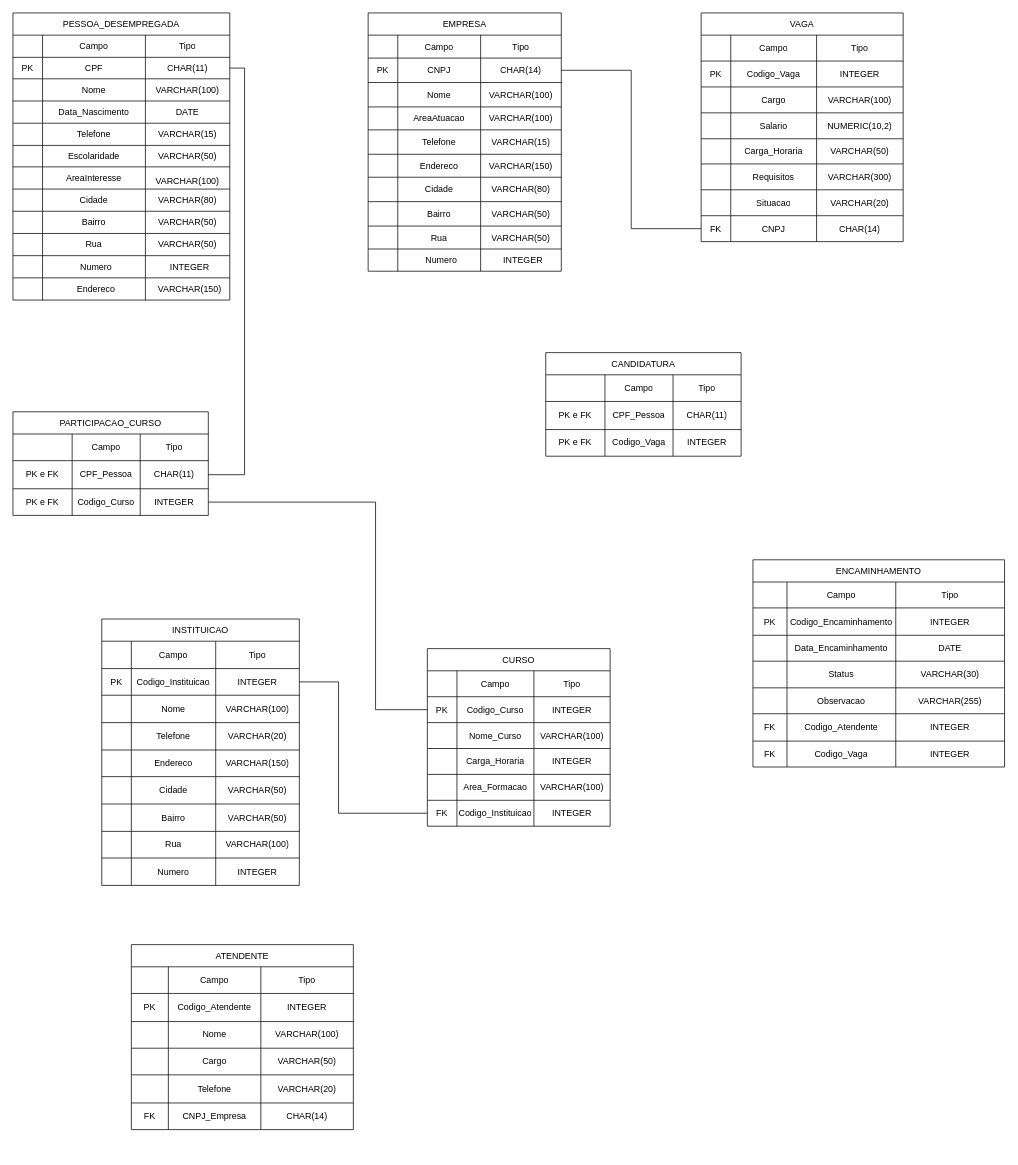
Before: Diagrama Relacional.drawio in MMaffi/Trabalho_Pratico_Banco_Dados_UFMS, a draw.io diagram. Source tidied: cells renumbered, new cells numbered last; positions are measured from the earlier drawing's top-left corner, leaving out a move shared by most shapes. Both pictures are drawn from the tidied source at 74%, with x=0, y=0 at pixel (13, 13).
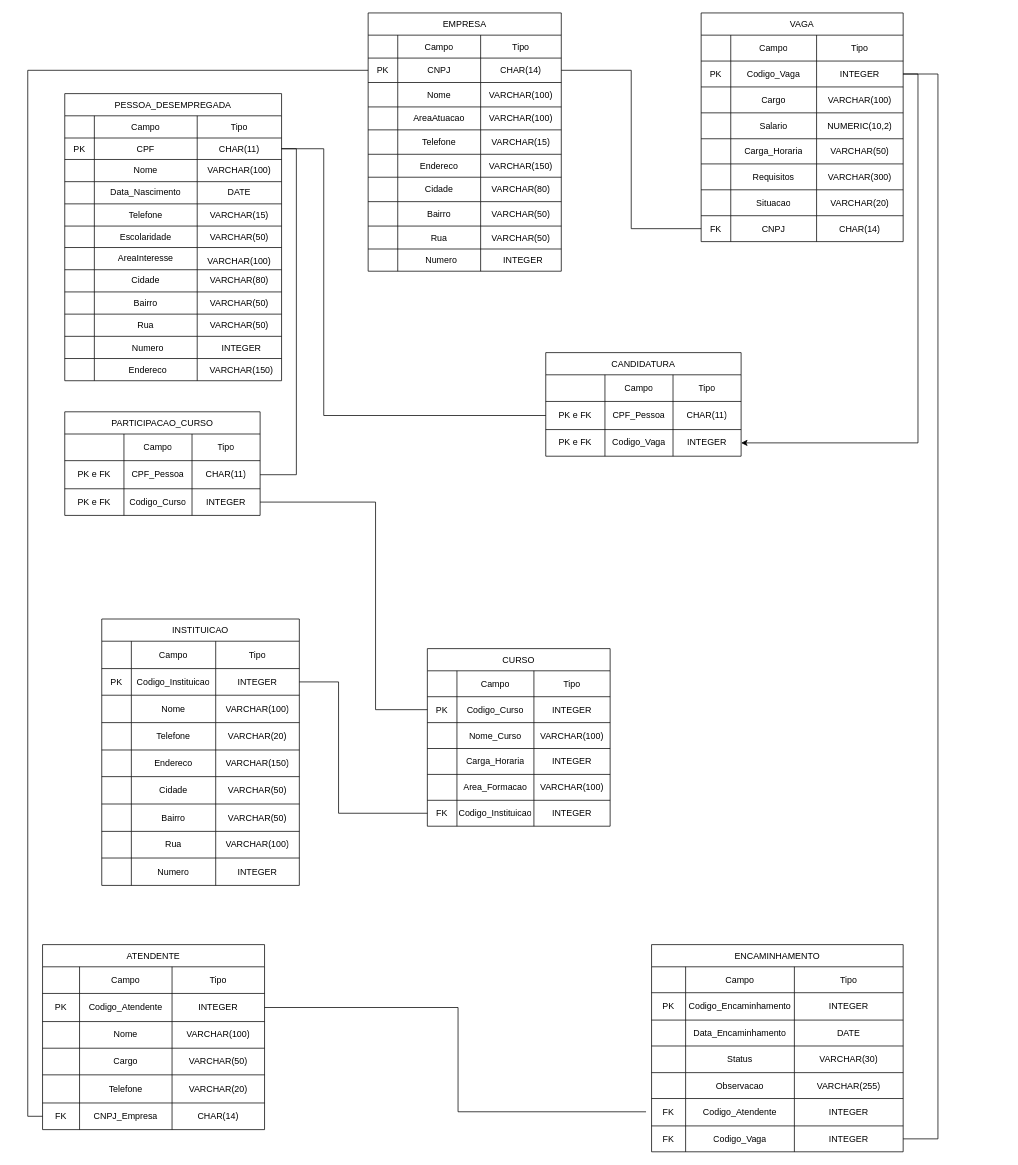
Above is the later version.

The change refers to these unchanged cells:
```xml
<mxCell id="7" style="shape=tableRow;horizontal=0;startSize=0;swimlaneHead=0;swimlaneBody=0;strokeColor=inherit;top=0;left=0;bottom=0;right=0;fillColor=none;points=[[0,0.5],[1,0.5]];portConstraint=eastwest;fixedHeader=1;" parent="2" vertex="1">
  <mxGeometry y="60" width="293" height="29" as="geometry" />
</mxCell>
<mxCell id="56" style="shape=tableRow;horizontal=0;startSize=0;swimlaneHead=0;swimlaneBody=0;strokeColor=inherit;top=0;left=0;bottom=0;right=0;fillColor=none;points=[[0,0.5],[1,0.5]];portConstraint=eastwest;fixedHeader=1;" parent="51" vertex="1">
  <mxGeometry y="61" width="261" height="33" as="geometry" />
</mxCell>
<mxCell id="97" style="shape=tableRow;horizontal=0;startSize=0;swimlaneHead=0;swimlaneBody=0;strokeColor=inherit;top=0;left=0;bottom=0;right=0;fillColor=none;points=[[0,0.5],[1,0.5]];portConstraint=eastwest;fixedHeader=1;" parent="92" vertex="1">
  <mxGeometry y="65" width="273" height="35" as="geometry" />
</mxCell>
<mxCell id="193" style="shape=tableRow;horizontal=0;startSize=0;swimlaneHead=0;swimlaneBody=0;strokeColor=inherit;top=0;left=0;bottom=0;right=0;fillColor=none;points=[[0,0.5],[1,0.5]];portConstraint=eastwest;fixedHeader=1;" parent="188" vertex="1">
  <mxGeometry y="66" width="300" height="38" as="geometry" />
</mxCell>
<mxCell id="209" style="shape=tableRow;horizontal=0;startSize=0;swimlaneHead=0;swimlaneBody=0;strokeColor=inherit;top=0;left=0;bottom=0;right=0;fillColor=none;points=[[0,0.5],[1,0.5]];portConstraint=eastwest;fixedHeader=1;" parent="188" vertex="1">
  <mxGeometry y="214" width="300" height="36" as="geometry" />
</mxCell>
<mxCell id="234" style="shape=tableRow;horizontal=0;startSize=0;swimlaneHead=0;swimlaneBody=0;strokeColor=inherit;top=0;left=0;bottom=0;right=0;fillColor=none;points=[[0,0.5],[1,0.5]];portConstraint=eastwest;fixedHeader=1;" parent="213" vertex="1">
  <mxGeometry y="208" width="340" height="37" as="geometry" />
</mxCell>
<mxCell id="238" style="shape=tableRow;horizontal=0;startSize=0;swimlaneHead=0;swimlaneBody=0;strokeColor=inherit;top=0;left=0;bottom=0;right=0;fillColor=none;points=[[0,0.5],[1,0.5]];portConstraint=eastwest;fixedHeader=1;" parent="213" vertex="1">
  <mxGeometry y="245" width="340" height="35" as="geometry" />
</mxCell>
<mxCell id="247" style="shape=tableRow;horizontal=0;startSize=0;swimlaneHead=0;swimlaneBody=0;strokeColor=inherit;top=0;left=0;bottom=0;right=0;fillColor=none;points=[[0,0.5],[1,0.5]];portConstraint=eastwest;fixedHeader=1;" parent="242" vertex="1">
  <mxGeometry y="66" width="264" height="38" as="geometry" />
</mxCell>
<mxCell id="251" style="shape=tableRow;horizontal=0;startSize=0;swimlaneHead=0;swimlaneBody=0;strokeColor=inherit;top=0;left=0;bottom=0;right=0;fillColor=none;points=[[0,0.5],[1,0.5]];portConstraint=eastwest;fixedHeader=1;" parent="242" vertex="1">
  <mxGeometry y="104" width="264" height="36" as="geometry" />
</mxCell>
```

The edit, as a diff of the source:
```diff
@@
     <mxCell id="2" value="PESSOA_DESEMPREGADA" style="shape=table;startSize=30;childLayout=tableLayout;fixedHeader=1;" parent="1" vertex="1">
-      <mxGeometry width="293" height="388" as="geometry" />
+      <mxGeometry x="70" y="109" width="293" height="388" as="geometry" />
     </mxCell>
@@
     <mxCell id="188" value="ATENDENTE" style="shape=table;startSize=30;childLayout=tableLayout;fixedHeader=1;" parent="1" vertex="1">
-      <mxGeometry x="160" y="1259" width="300" height="250" as="geometry" />
+      <mxGeometry x="40" y="1259" width="300" height="250" as="geometry" />
     </mxCell>
@@
     <mxCell id="213" value="ENCAMINHAMENTO" style="shape=table;startSize=30;childLayout=tableLayout;fixedHeader=1;" parent="1" vertex="1">
-      <mxGeometry x="1000" y="739" width="340" height="280" as="geometry" />
+      <mxGeometry x="863" y="1259" width="340" height="280" as="geometry" />
     </mxCell>
@@
     <mxCell id="255" value="PARTICIPACAO_CURSO" style="shape=table;startSize=30;childLayout=tableLayout;fixedHeader=1;" parent="1" vertex="1">
-      <mxGeometry y="539" width="264" height="140" as="geometry" />
+      <mxGeometry x="70" y="539" width="264" height="140" as="geometry" />
     </mxCell>
@@
+    <mxCell id="271" style="edgeStyle=orthogonalEdgeStyle;rounded=0;jettySize=auto;html=1;exitX=1;exitY=0.5;exitDx=0;exitDy=0;entryX=0;entryY=0.5;entryDx=0;entryDy=0;endArrow=none;endFill=0;" parent="1" edge="1" source="7" target="247">
+      <mxGeometry relative="1" as="geometry">
+        <Array as="points">
+          <mxPoint x="420" y="184" />
+          <mxPoint x="420" y="544" />
+        </Array>
+      </mxGeometry>
+    </mxCell>
+    <mxCell id="272" style="edgeStyle=orthogonalEdgeStyle;rounded=0;jettySize=auto;html=1;exitX=1;exitY=0.5;exitDx=0;exitDy=0;entryX=1;entryY=0.5;entryDx=0;entryDy=0;" parent="1" edge="1" source="97" target="251">
+      <mxGeometry relative="1" as="geometry" />
+    </mxCell>
+    <mxCell id="273" style="edgeStyle=orthogonalEdgeStyle;rounded=0;jettySize=auto;html=1;exitX=1;exitY=0.5;exitDx=0;exitDy=0;entryX=1;entryY=0.5;entryDx=0;entryDy=0;endArrow=none;endFill=0;" parent="1" edge="1" source="97" target="238">
+      <mxGeometry relative="1" as="geometry">
+        <Array as="points">
+          <mxPoint x="1250" y="82" />
+          <mxPoint x="1250" y="1522" />
+        </Array>
+      </mxGeometry>
+    </mxCell>
+    <mxCell id="274" style="edgeStyle=orthogonalEdgeStyle;rounded=0;jettySize=auto;html=1;exitX=0;exitY=0.5;exitDx=0;exitDy=0;entryX=0;entryY=0.5;entryDx=0;entryDy=0;endArrow=none;endFill=0;" parent="1" edge="1" source="56" target="209">
+      <mxGeometry relative="1" as="geometry" />
+    </mxCell>
+    <mxCell id="275" style="edgeStyle=orthogonalEdgeStyle;rounded=0;jettySize=auto;html=1;exitX=1;exitY=0.5;exitDx=0;exitDy=0;entryX=-0.022;entryY=0.485;entryDx=0;entryDy=0;entryPerimeter=0;endArrow=none;endFill=0;" parent="1" edge="1" source="193" target="234">
+      <mxGeometry relative="1" as="geometry" />
+    </mxCell>
```
